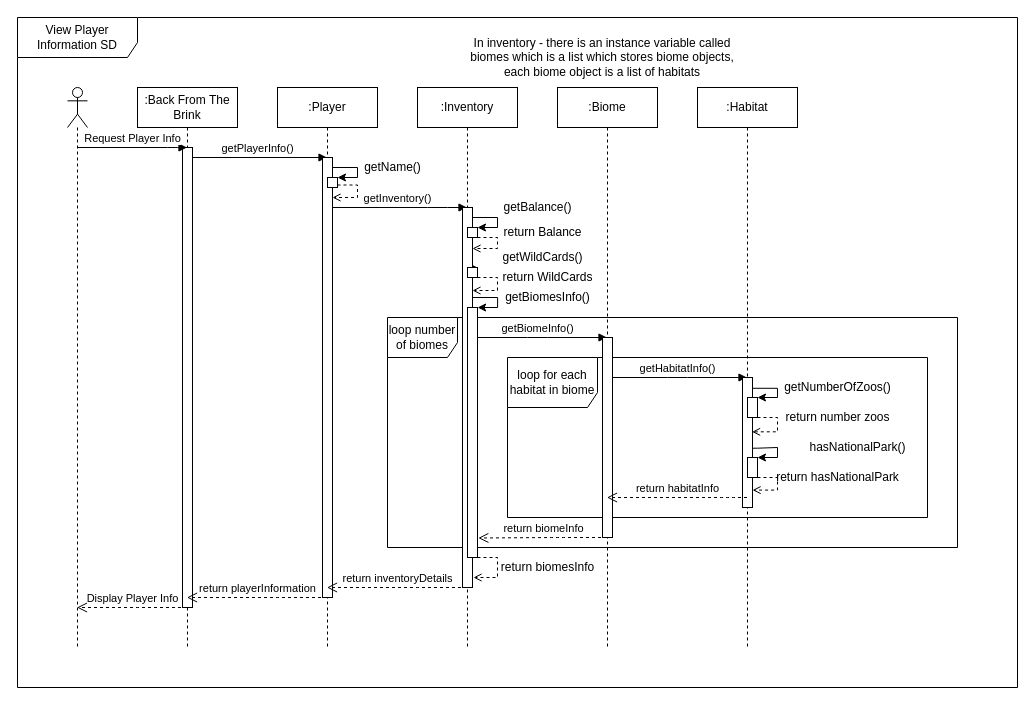
Before: Documentation/Sequence Diagrams/View Player Information SD (draft).drawio in cmcgarry5/csc2058-2021-g25, a draw.io diagram. Source tidied: cells renumbered, new cells numbered last; positions are measured from the earlier drawing's top-left corner, leaving out a move shared by most shapes. Both pictures are drawn from the tidied source at 100%, with x=0, y=0 at pixel (17, 17).
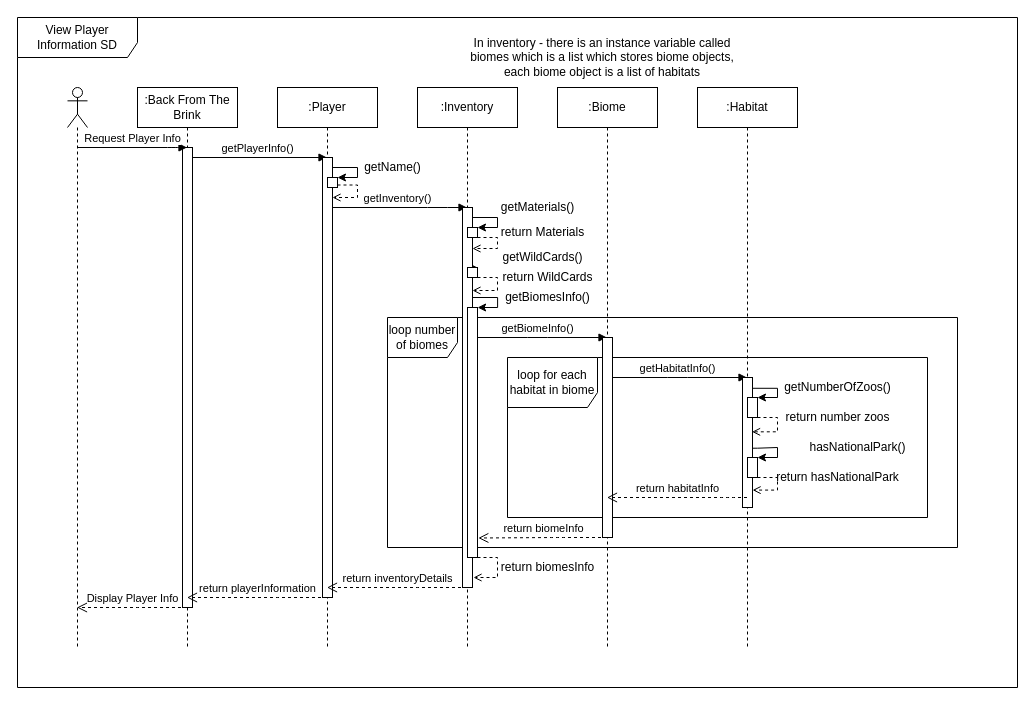
After the change.

Commit message:
change getBalance -> getMaterials

Diff of the diagram source:
```diff
@@
-    <mxCell id="30" value="getBalance()" style="text;html=1;align=center;verticalAlign=middle;" parent="1" vertex="1">
-      <mxGeometry x="480" y="180" width="80" height="20" as="geometry" />
+    <mxCell id="30" value="getMaterials()" style="text;html=1;align=center;verticalAlign=middle;" parent="1" vertex="1">
+      <mxGeometry x="475" y="180" width="90" height="20" as="geometry" />
     </mxCell>
@@
-    <mxCell id="32" value="return Balance" style="text;html=1;align=center;verticalAlign=middle;" parent="1" vertex="1">
-      <mxGeometry x="480" y="205" width="90" height="20" as="geometry" />
+    <mxCell id="32" value="return Materials" style="text;html=1;align=center;verticalAlign=middle;" parent="1" vertex="1">
+      <mxGeometry x="475" y="205" width="100" height="20" as="geometry" />
     </mxCell>
```
